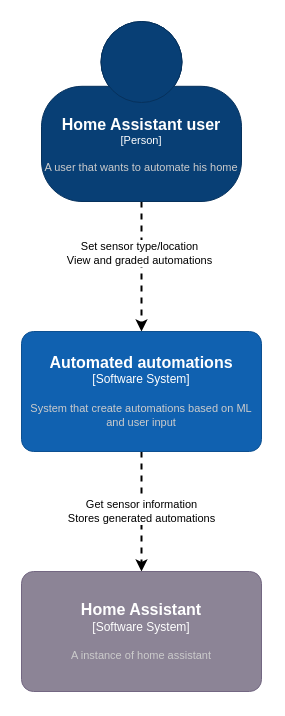
S7HaMachineLearning/documentation keeps this draw.io diagram as page "C1" (1 of 3) of S7HaMachineLearning/Onderzoeken/Bram/Design/C4/C4Model.drawio. Above is the earlier version. Source tidied: cells renumbered, new cells numbered last; positions are measured from the earlier drawing's top-left corner, leaving out a move shared by most shapes. Both pictures are drawn from the tidied source at 100%, with x=0, y=0 at pixel (21, 21).
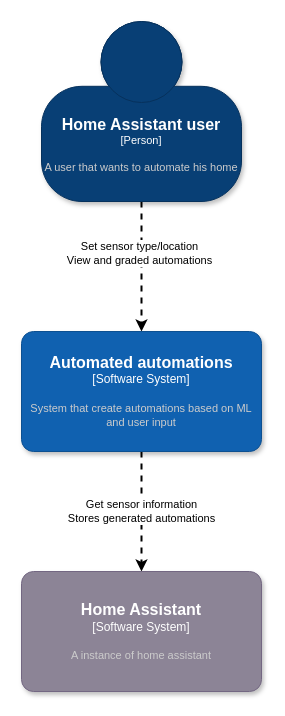
After the change.

What changed in the source:
```diff
@@
 <mxGraphModel>
   <root>
     <mxCell id="0" />
     <mxCell id="1" parent="0" />
     <mxCell id="2" style="edgeStyle=orthogonalEdgeStyle;rounded=0;jettySize=auto;html=1;strokeWidth=2;dashed=1;" parent="1" edge="1" source="4" target="6">
       <mxGeometry relative="1" as="geometry" />
     </mxCell>
     <mxCell id="3" value="Set sensor type/location&lt;br&gt;View and graded automations" style="edgeLabel;html=1;align=center;verticalAlign=middle;" parent="2" vertex="1">
       <mxGeometry x="-0.22" y="-3" relative="1" as="geometry" />
     </mxCell>
     <object id="4" label="&lt;font style=&quot;font-size: 16px&quot;&gt;&lt;b&gt;%c4Name%&lt;/b&gt;&lt;/font&gt;&lt;div&gt;[%c4Type%]&lt;/div&gt;&lt;br&gt;&lt;div&gt;&lt;font style=&quot;font-size: 11px&quot;&gt;&lt;font color=&quot;#cccccc&quot;&gt;%c4Description%&lt;/font&gt;&lt;/div&gt;" c4Description="A user that wants to automate his home" c4Name="Home Assistant user" c4Type="Person" placeholders="1">
-      <mxCell style="html=1;fontSize=11;dashed=0;whiteSpace=wrap;fillColor=#083F75;strokeColor=#06315C;fontColor=#ffffff;shape=mxgraph.c4.person2;align=center;points=[[0.5,0,0],[1,0.5,0],[1,0.75,0],[0.75,1,0],[0.5,1,0],[0.25,1,0],[0,0.75,0],[0,0.5,0]];" parent="1" vertex="1">
+      <mxCell style="html=1;fontSize=11;dashed=0;whiteSpace=wrap;fillColor=#083F75;strokeColor=#06315C;fontColor=#ffffff;shape=mxgraph.c4.person2;align=center;points=[[0.5,0,0],[1,0.5,0],[1,0.75,0],[0.75,1,0],[0.5,1,0],[0.25,1,0],[0,0.75,0],[0,0.5,0]];shadow=1;" parent="1" vertex="1">
         <mxGeometry x="20" width="200" height="180" as="geometry" />
       </mxCell>
     </object>
     <mxCell id="5" value="Get sensor information&lt;br&gt;Stores generated automations" style="edgeStyle=orthogonalEdgeStyle;rounded=0;jettySize=auto;html=1;strokeWidth=2;dashed=1;" parent="1" edge="1" source="6" target="7">
       <mxGeometry relative="1" as="geometry" />
     </mxCell>
     <object id="6" label="&lt;font style=&quot;font-size: 16px&quot;&gt;&lt;b&gt;%c4Name%&lt;/b&gt;&lt;/font&gt;&lt;div&gt;[%c4Type%]&lt;/div&gt;&lt;br&gt;&lt;div&gt;&lt;font style=&quot;font-size: 11px&quot;&gt;&lt;font color=&quot;#cccccc&quot;&gt;%c4Description%&lt;/font&gt;&lt;/div&gt;" c4Description="System that create automations based on ML and user input" c4Name="Automated automations" c4Type="Software System" placeholders="1">
-      <mxCell style="rounded=1;whiteSpace=wrap;html=1;labelBackgroundColor=none;fillColor=#1061B0;fontColor=#ffffff;align=center;arcSize=10;strokeColor=#0D5091;points=[[0.25,0,0],[0.5,0,0],[0.75,0,0],[1,0.25,0],[1,0.5,0],[1,0.75,0],[0.75,1,0],[0.5,1,0],[0.25,1,0],[0,0.75,0],[0,0.5,0],[0,0.25,0]];" parent="1" vertex="1">
+      <mxCell style="rounded=1;whiteSpace=wrap;html=1;labelBackgroundColor=none;fillColor=#1061B0;fontColor=#ffffff;align=center;arcSize=10;strokeColor=#0D5091;points=[[0.25,0,0],[0.5,0,0],[0.75,0,0],[1,0.25,0],[1,0.5,0],[1,0.75,0],[0.75,1,0],[0.5,1,0],[0.25,1,0],[0,0.75,0],[0,0.5,0],[0,0.25,0]];shadow=1;" parent="1" vertex="1">
         <mxGeometry y="310" width="240" height="120" as="geometry" />
       </mxCell>
     </object>
     <object id="7" label="&lt;font style=&quot;font-size: 16px&quot;&gt;&lt;b&gt;%c4Name%&lt;/b&gt;&lt;/font&gt;&lt;div&gt;[%c4Type%]&lt;/div&gt;&lt;br&gt;&lt;div&gt;&lt;font style=&quot;font-size: 11px&quot;&gt;&lt;font color=&quot;#cccccc&quot;&gt;%c4Description%&lt;/font&gt;&lt;/div&gt;" c4Description="A instance of home assistant" c4Name="Home Assistant" c4Type="Software System" placeholders="1">
-      <mxCell style="rounded=1;whiteSpace=wrap;html=1;labelBackgroundColor=none;fillColor=#8C8496;fontColor=#ffffff;align=center;arcSize=10;strokeColor=#736782;points=[[0.25,0,0],[0.5,0,0],[0.75,0,0],[1,0.25,0],[1,0.5,0],[1,0.75,0],[0.75,1,0],[0.5,1,0],[0.25,1,0],[0,0.75,0],[0,0.5,0],[0,0.25,0]];" parent="1" vertex="1">
+      <mxCell style="rounded=1;whiteSpace=wrap;html=1;labelBackgroundColor=none;fillColor=#8C8496;fontColor=#ffffff;align=center;arcSize=10;strokeColor=#736782;points=[[0.25,0,0],[0.5,0,0],[0.75,0,0],[1,0.25,0],[1,0.5,0],[1,0.75,0],[0.75,1,0],[0.5,1,0],[0.25,1,0],[0,0.75,0],[0,0.5,0],[0,0.25,0]];shadow=1;" parent="1" vertex="1">
         <mxGeometry y="550" width="240" height="120" as="geometry" />
       </mxCell>
     </object>
   </root>
 </mxGraphModel>
```
